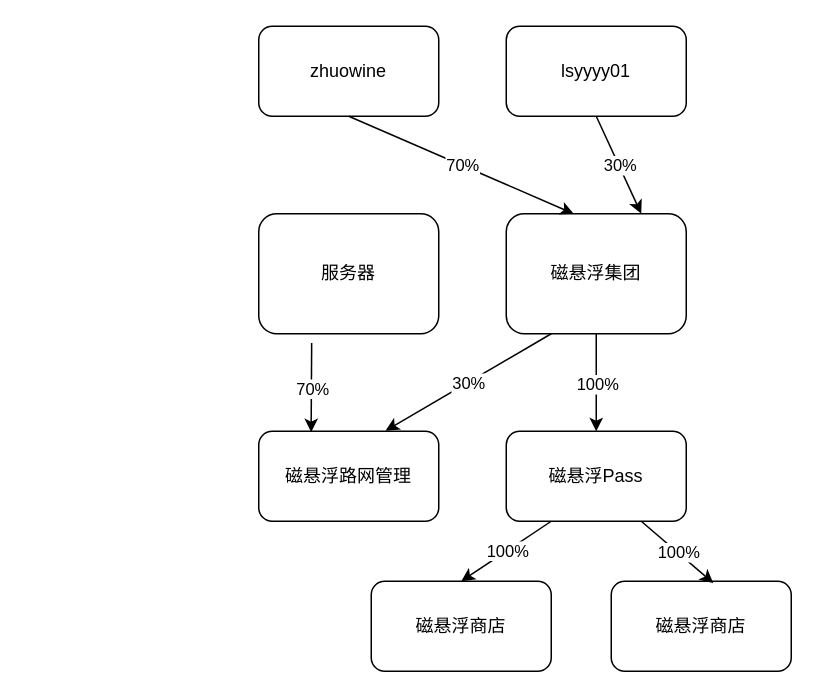
Above: HelloMC磁悬浮集团股权结构图.drawio in lsyyyy11/draw.io-files-friendly-pancake (draw.io), before the change. Source tidied: cells renumbered, new cells numbered last; positions are measured from the earlier drawing's top-left corner, leaving out a move shared by most shapes. Both pictures are drawn from the tidied source at 150%, with x=0, y=0 at pixel (258, 26).
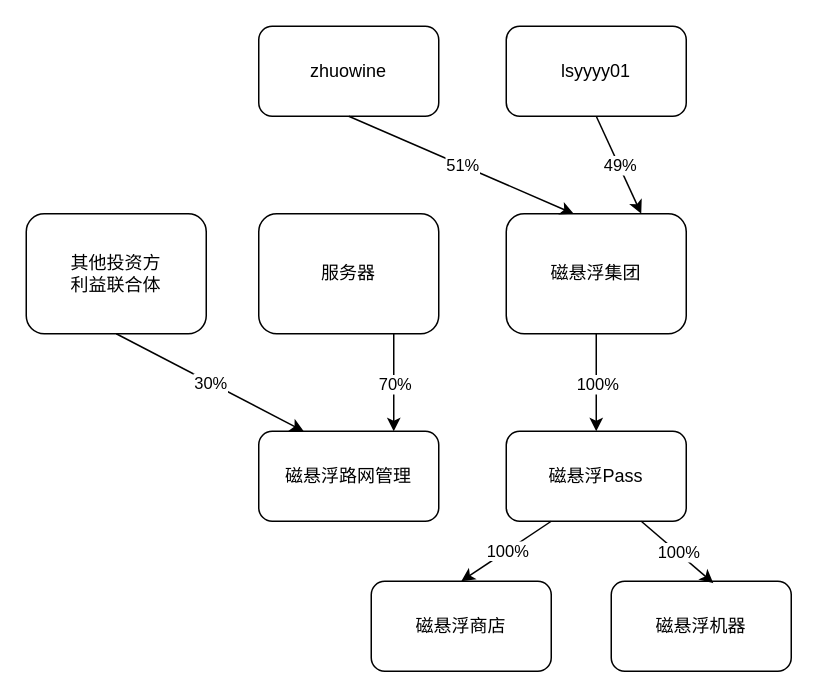
The same page after the edit.

Commit message (it also covers changes not shown here):
更新HelloMC磁悬浮集团股权结构图.drawio

Unchanged cells that the change refers to:
```xml
<mxCell id="2" value="磁悬浮集团" style="shape=ext;rounded=1;html=1;whiteSpace=wrap;" parent="1" vertex="1">
  <mxGeometry x="165" y="125" width="120" height="80" as="geometry" />
</mxCell>
<mxCell id="3" value="磁悬浮路网管理" style="rounded=1;whiteSpace=wrap;html=1;" parent="1" vertex="1">
  <mxGeometry y="270" width="120" height="60" as="geometry" />
</mxCell>
<mxCell id="8" style="endArrow=classic;html=1;rounded=0;exitX=0.5;exitY=1;exitDx=0;exitDy=0;entryX=0.75;entryY=0;entryDx=0;entryDy=0;" parent="1" edge="1" source="7" target="2">
  <mxGeometry relative="1" as="geometry" />
</mxCell>
<mxCell id="10" style="endArrow=classic;html=1;rounded=0;exitX=0.5;exitY=1;exitDx=0;exitDy=0;entryX=0.375;entryY=0;entryDx=0;entryDy=0;entryPerimeter=0;" parent="1" edge="1" source="6" target="2">
  <mxGeometry relative="1" as="geometry" />
</mxCell>
<mxCell id="15" value="服务器" style="shape=ext;rounded=1;html=1;whiteSpace=wrap;" parent="1" vertex="1">
  <mxGeometry y="125" width="120" height="80" as="geometry" />
</mxCell>
```

What changed in the source:
```diff
@@
-    <mxCell id="4" style="endArrow=classic;html=1;rounded=0;exitX=0.25;exitY=1;exitDx=0;exitDy=0;entryX=0.705;entryY=-0.007;entryDx=0;entryDy=0;entryPerimeter=0;" parent="1" edge="1" source="2" target="3">
+    <mxCell id="4" style="endArrow=classic;html=1;rounded=0;exitX=0.5;exitY=1;exitDx=0;exitDy=0;entryX=0.25;entryY=0;entryDx=0;entryDy=0;" parent="1" edge="1" source="24" target="3">
       <mxGeometry relative="1" as="geometry" />
     </mxCell>
@@
-    <mxCell id="9" value="30%" style="edgeLabel;html=1;align=center;verticalAlign=middle;" parent="8" vertex="1">
+    <mxCell id="9" value="49%" style="edgeLabel;html=1;align=center;verticalAlign=middle;" parent="8" vertex="1">
       <mxGeometry relative="1" as="geometry" />
     </mxCell>
@@
-    <mxCell id="11" value="70%" style="edgeLabel;html=1;align=center;verticalAlign=middle;" parent="10" vertex="1">
+    <mxCell id="11" value="51%" style="edgeLabel;html=1;align=center;verticalAlign=middle;" parent="10" vertex="1">
       <mxGeometry relative="1" as="geometry" />
     </mxCell>
@@
-    <mxCell id="16" style="endArrow=classic;html=1;rounded=0;exitX=0.294;exitY=1.078;exitDx=0;exitDy=0;exitPerimeter=0;entryX=0.291;entryY=0.01;entryDx=0;entryDy=0;entryPerimeter=0;" parent="1" edge="1" source="15" target="3">
+    <mxCell id="16" style="endArrow=classic;html=1;rounded=0;exitX=0.75;exitY=1;exitDx=0;exitDy=0;entryX=0.75;entryY=0;entryDx=0;entryDy=0;" parent="1" edge="1" source="15" target="3">
       <mxGeometry relative="1" as="geometry" />
     </mxCell>
@@
-    <mxCell id="18" value="磁悬浮商店" style="rounded=1;whiteSpace=wrap;html=1;" parent="1" vertex="1">
+    <mxCell id="18" value="磁悬浮机器" style="rounded=1;whiteSpace=wrap;html=1;" parent="1" vertex="1">
       <mxGeometry x="235" y="370" width="120" height="60" as="geometry" />
     </mxCell>
@@
+    <mxCell id="24" value="其他投资方&lt;div&gt;利益联合体&lt;/div&gt;" style="shape=ext;rounded=1;html=1;whiteSpace=wrap;" parent="1" vertex="1">
+      <mxGeometry x="-155" y="125" width="120" height="80" as="geometry" />
+    </mxCell>
```
